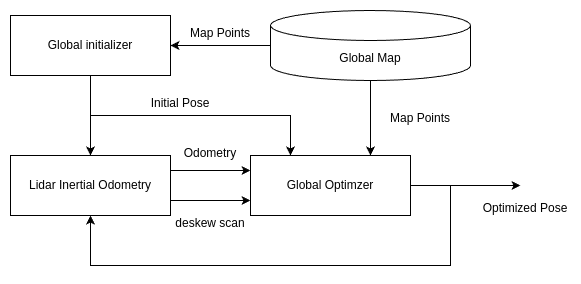
Before: docs/lioamm_localizer.png, a diagram exported from draw.io (tier4/lioamm_localizer). Source tidied: cells renumbered, new cells last; positions are measured from the earlier drawing's top-left corner, leaving out a move shared by most shapes.
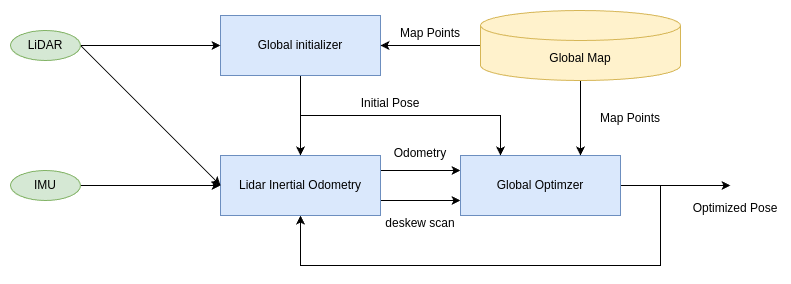
The same file after the commit.

Diff of the diagram source:
```diff
@@ -17,7 +17,7 @@
     <mxCell id="4" style="edgeStyle=orthogonalEdgeStyle;rounded=0;jettySize=auto;html=1;exitX=1;exitY=0.75;exitDx=0;exitDy=0;entryX=0;entryY=0.75;entryDx=0;entryDy=0;" parent="1" edge="1" source="5" target="7">
       <mxGeometry relative="1" as="geometry" />
     </mxCell>
-    <mxCell id="5" value="Lidar Inertial Odometry" style="rounded=0;whiteSpace=wrap;html=1;" parent="1" vertex="1">
+    <mxCell id="5" value="Lidar Inertial Odometry" style="rounded=0;whiteSpace=wrap;html=1;fillColor=#dae8fc;strokeColor=#6c8ebf;" parent="1" vertex="1">
       <mxGeometry y="145" width="160" height="60" as="geometry" />
     </mxCell>
     <mxCell id="6" style="edgeStyle=orthogonalEdgeStyle;rounded=0;jettySize=auto;html=1;exitX=1;exitY=0.5;exitDx=0;exitDy=0;" parent="1" edge="1" source="7">
@@ -25,7 +25,7 @@
         <mxPoint x="510" y="175" as="targetPoint" />
       </mxGeometry>
     </mxCell>
-    <mxCell id="7" value="Global Optimzer" style="rounded=0;whiteSpace=wrap;html=1;" parent="1" vertex="1">
+    <mxCell id="7" value="Global Optimzer" style="rounded=0;whiteSpace=wrap;html=1;fillColor=#dae8fc;strokeColor=#6c8ebf;" parent="1" vertex="1">
       <mxGeometry x="240" y="145" width="160" height="60" as="geometry" />
     </mxCell>
     <mxCell id="8" style="edgeStyle=orthogonalEdgeStyle;rounded=0;jettySize=auto;html=1;exitX=0.5;exitY=1;exitDx=0;exitDy=0;entryX=0.5;entryY=0;entryDx=0;entryDy=0;" parent="1" edge="1" source="10" target="5">
@@ -34,7 +34,7 @@
     <mxCell id="9" style="edgeStyle=orthogonalEdgeStyle;rounded=0;jettySize=auto;html=1;exitX=0.5;exitY=1;exitDx=0;exitDy=0;entryX=0.25;entryY=0;entryDx=0;entryDy=0;" parent="1" edge="1" source="10" target="7">
       <mxGeometry relative="1" as="geometry" />
     </mxCell>
-    <mxCell id="10" value="Global initializer" style="rounded=0;whiteSpace=wrap;html=1;" parent="1" vertex="1">
+    <mxCell id="10" value="Global initializer" style="rounded=0;whiteSpace=wrap;html=1;fillColor=#dae8fc;strokeColor=#6c8ebf;" parent="1" vertex="1">
       <mxGeometry y="5" width="160" height="60" as="geometry" />
     </mxCell>
     <mxCell id="11" style="edgeStyle=orthogonalEdgeStyle;rounded=0;jettySize=auto;html=1;exitX=0;exitY=0.5;exitDx=0;exitDy=0;exitPerimeter=0;entryX=1;entryY=0.5;entryDx=0;entryDy=0;" parent="1" edge="1" source="13" target="10">
@@ -43,7 +43,7 @@
     <mxCell id="12" style="edgeStyle=orthogonalEdgeStyle;rounded=0;jettySize=auto;html=1;exitX=0.5;exitY=1;exitDx=0;exitDy=0;exitPerimeter=0;entryX=0.75;entryY=0;entryDx=0;entryDy=0;" parent="1" edge="1" source="13" target="7">
       <mxGeometry relative="1" as="geometry" />
     </mxCell>
-    <mxCell id="13" value="Global Map" style="shape=cylinder3;whiteSpace=wrap;html=1;boundedLbl=1;backgroundOutline=1;size=15;" parent="1" vertex="1">
+    <mxCell id="13" value="Global Map" style="shape=cylinder3;whiteSpace=wrap;html=1;boundedLbl=1;backgroundOutline=1;size=15;fillColor=#fff2cc;strokeColor=#d6b656;" parent="1" vertex="1">
       <mxGeometry x="260" width="200" height="70" as="geometry" />
     </mxCell>
     <mxCell id="14" value="Initial Pose" style="text;html=1;align=center;verticalAlign=middle;whiteSpace=wrap;rounded=0;" parent="1" vertex="1">
@@ -64,5 +64,20 @@
     <mxCell id="19" value="Optimized Pose" style="text;html=1;align=center;verticalAlign=middle;whiteSpace=wrap;rounded=0;" parent="1" vertex="1">
       <mxGeometry x="470" y="190" width="90" height="15" as="geometry" />
     </mxCell>
+    <mxCell id="20" style="edgeStyle=none;rounded=0;jettySize=auto;html=1;exitX=1;exitY=0.5;exitDx=0;exitDy=0;entryX=0;entryY=0.5;entryDx=0;entryDy=0;" parent="1" edge="1" source="22" target="10">
+      <mxGeometry relative="1" as="geometry" />
+    </mxCell>
+    <mxCell id="21" style="edgeStyle=none;rounded=0;jettySize=auto;html=1;exitX=1;exitY=0.5;exitDx=0;exitDy=0;entryX=0;entryY=0.5;entryDx=0;entryDy=0;" parent="1" edge="1" source="22" target="5">
+      <mxGeometry relative="1" as="geometry" />
+    </mxCell>
+    <mxCell id="22" value="LiDAR" style="ellipse;whiteSpace=wrap;html=1;fillColor=#d5e8d4;strokeColor=#82b366;" parent="1" vertex="1">
+      <mxGeometry x="-210" y="20" width="70" height="30" as="geometry" />
+    </mxCell>
+    <mxCell id="23" style="edgeStyle=none;rounded=0;jettySize=auto;html=1;exitX=1;exitY=0.5;exitDx=0;exitDy=0;" parent="1" edge="1" source="24" target="5">
+      <mxGeometry relative="1" as="geometry" />
+    </mxCell>
+    <mxCell id="24" value="IMU" style="ellipse;whiteSpace=wrap;html=1;fillColor=#d5e8d4;strokeColor=#82b366;" parent="1" vertex="1">
+      <mxGeometry x="-210" y="160" width="70" height="30" as="geometry" />
+    </mxCell>
   </root>
 </mxGraphModel>
```
